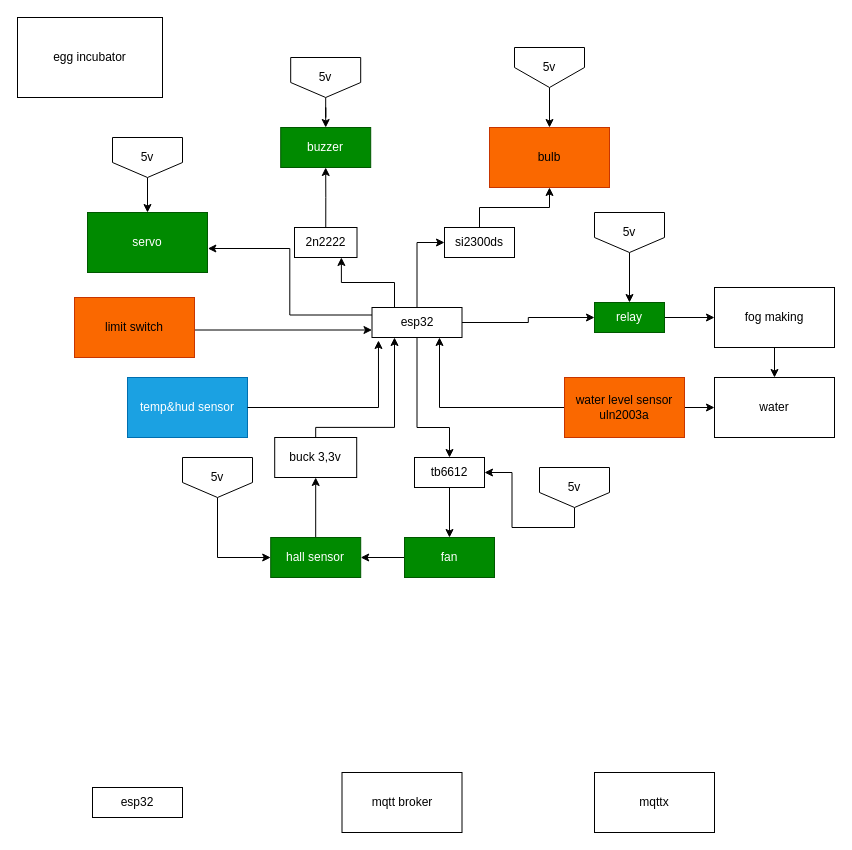
Above: Untitled Diagram.drawio in lqhoang231-creator/egg-incubator (draw.io), before the change. Source tidied: cells renumbered, new cells numbered last; positions are measured from the earlier drawing's top-left corner, leaving out a move shared by most shapes. Both pictures are drawn from the tidied source at 100%, with x=0, y=0 at pixel (17, 17).
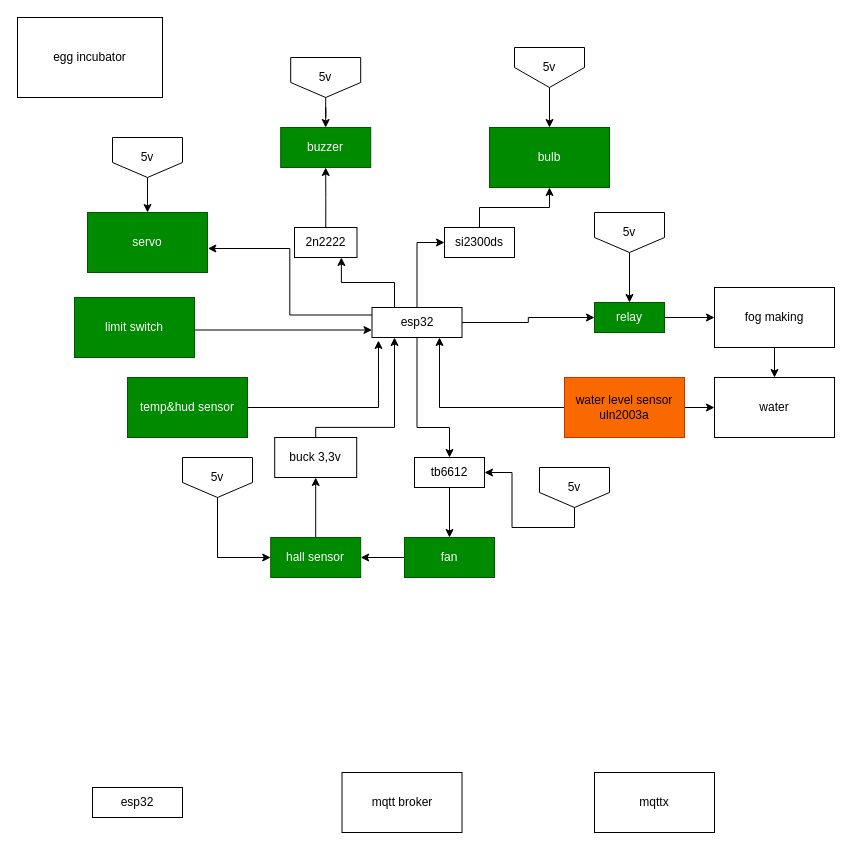
After the change.

Commit message (it also covers changes not shown here):
add files switch and bulb

The edit, as a diff of the source:
```diff
@@
-    <mxCell id="7" value="temp&amp;amp;hud sensor" style="rounded=0;whiteSpace=wrap;html=1;fillColor=#1ba1e2;fontColor=#ffffff;strokeColor=#006EAF;" parent="1" vertex="1">
+    <mxCell id="7" value="temp&amp;amp;hud sensor" style="rounded=0;whiteSpace=wrap;html=1;fillColor=#008a00;fontColor=#ffffff;strokeColor=#005700;" parent="1" vertex="1">
       <mxGeometry x="110" y="360" width="120" height="60" as="geometry" />
     </mxCell>
@@
-    <mxCell id="10" value="limit switch" style="rounded=0;whiteSpace=wrap;html=1;fillColor=#fa6800;fontColor=#000000;strokeColor=#C73500;" parent="1" vertex="1">
+    <mxCell id="10" value="limit switch" style="rounded=0;whiteSpace=wrap;html=1;fillColor=#008a00;fontColor=#ffffff;strokeColor=#005700;" parent="1" vertex="1">
       <mxGeometry x="57" y="280" width="120" height="60" as="geometry" />
     </mxCell>
@@
-    <mxCell id="13" value="bulb" style="rounded=0;whiteSpace=wrap;html=1;fillColor=#fa6800;fontColor=#000000;strokeColor=#C73500;" parent="1" vertex="1">
+    <mxCell id="13" value="bulb" style="rounded=0;whiteSpace=wrap;html=1;fillColor=#008a00;fontColor=#ffffff;strokeColor=#005700;" parent="1" vertex="1">
       <mxGeometry x="472" y="110" width="120" height="60" as="geometry" />
     </mxCell>
```
